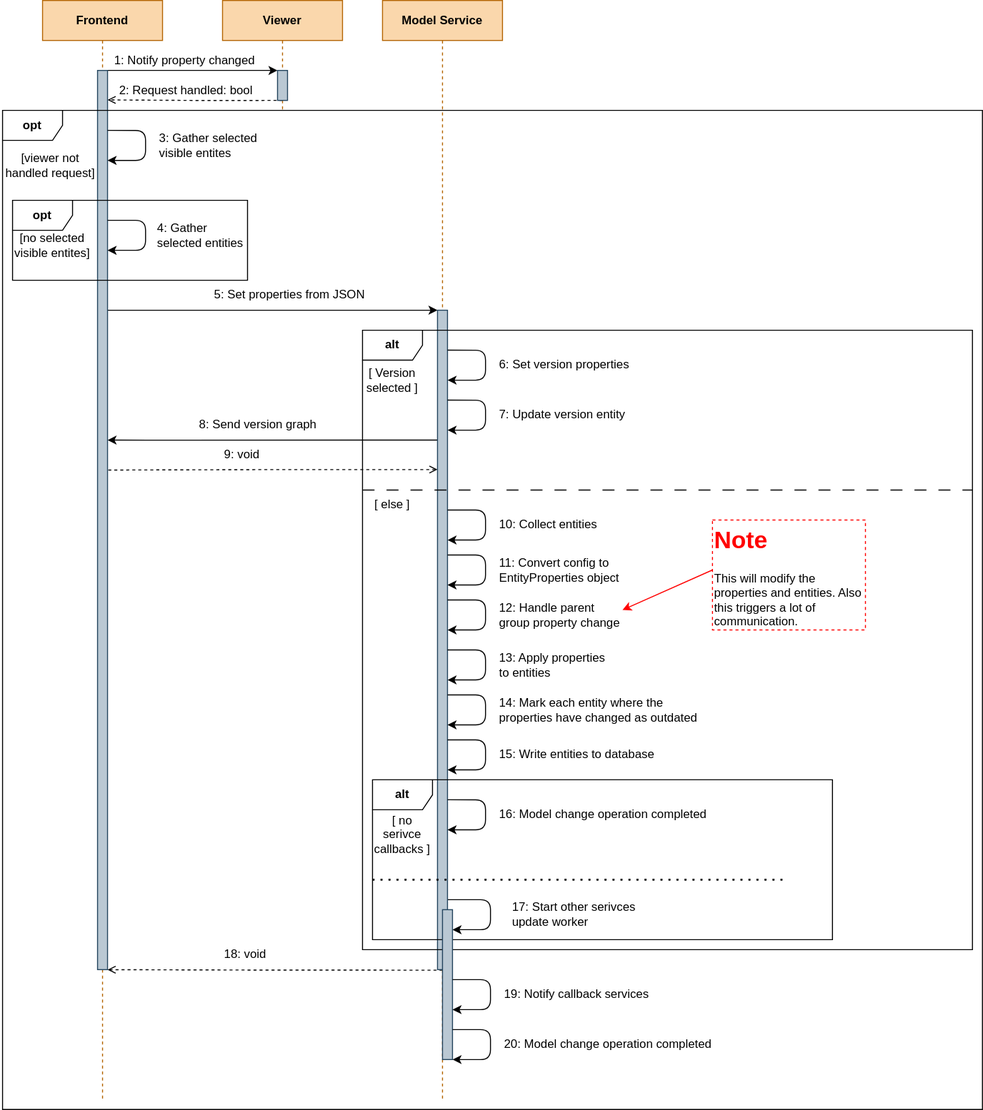
Before: Documentation/Developer/general_concepts/images/PropertyChangeHandling.drawio.svg, a diagram exported from draw.io (OT-OpenTwin/OpenTwin). Source tidied: cells renumbered, new cells last; positions are measured from the earlier drawing's top-left corner, leaving out a move shared by most shapes.
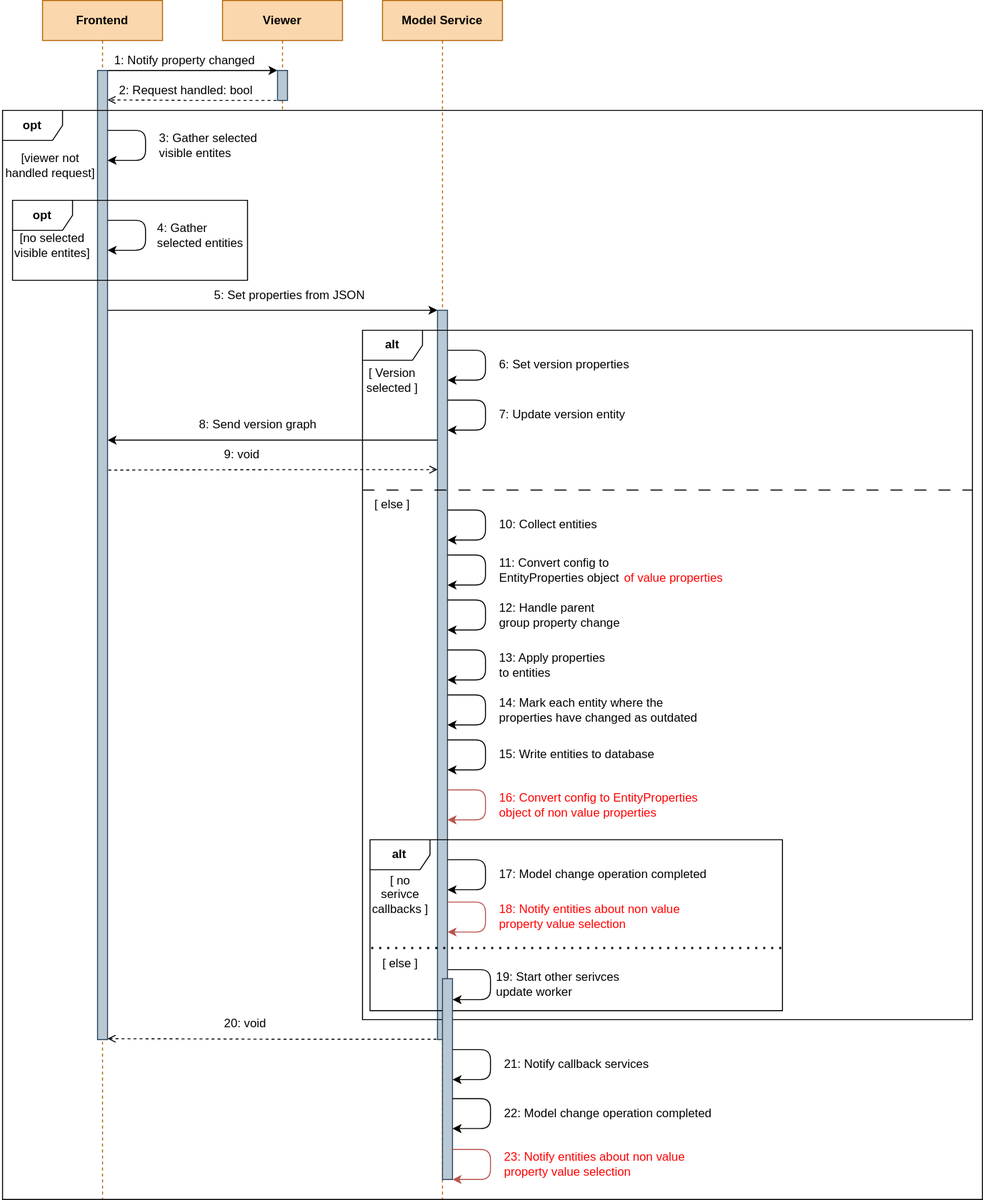
The same diagram one commit later.

Commit message:
Added sequence diagram for adjusted property change handling

Change to the diagram source:
```diff
@@ -4,18 +4,18 @@
     <mxCell id="1" parent="0" />
     <mxCell id="2" style="endArrow=open;html=1;rounded=1;dashed=1;endFill=0;strokeColor=default;strokeWidth=1;align=center;verticalAlign=middle;fontFamily=Helvetica;fontSize=12;fontColor=default;labelBackgroundColor=default;edgeStyle=orthogonalEdgeStyle;curved=0;" parent="1" edge="1">
       <mxGeometry relative="1" as="geometry">
-        <mxPoint x="442" y="970.5" as="sourcePoint" />
-        <mxPoint x="107" y="970" as="targetPoint" />
+        <mxPoint x="442" y="1039.5" as="sourcePoint" />
+        <mxPoint x="107" y="1039" as="targetPoint" />
       </mxGeometry>
     </mxCell>
     <mxCell id="3" style="edgeStyle=orthogonalEdgeStyle;rounded=1;orthogonalLoop=1;jettySize=auto;html=1;strokeColor=default;strokeWidth=1;align=center;verticalAlign=middle;fontFamily=Helvetica;fontSize=12;fontColor=default;labelBackgroundColor=default;startArrow=none;startFill=0;endArrow=classic;endFill=1;curved=0;" parent="1" edge="1">
       <mxGeometry relative="1" as="geometry">
-        <mxPoint x="442" y="900" as="sourcePoint" />
-        <mxPoint x="452" y="930" as="targetPoint" />
+        <mxPoint x="442" y="970" as="sourcePoint" />
+        <mxPoint x="452" y="1000" as="targetPoint" />
         <Array as="points">
-          <mxPoint x="490" y="900" />
-          <mxPoint x="490" y="930" />
-          <mxPoint x="452" y="930" />
+          <mxPoint x="490" y="970" />
+          <mxPoint x="490" y="1000" />
+          <mxPoint x="452" y="1000" />
         </Array>
       </mxGeometry>
     </mxCell>
@@ -54,10 +54,10 @@
       </mxGeometry>
     </mxCell>
     <mxCell id="9" value="&lt;b&gt;Frontend&lt;/b&gt;" style="shape=umlLifeline;perimeter=lifelinePerimeter;whiteSpace=wrap;html=1;fillColor=#fad7ac;strokeColor=#b46504;fontColor=#000000;rounded=0;align=center;verticalAlign=middle;fontFamily=Helvetica;fontSize=12;" parent="1" vertex="1">
-      <mxGeometry x="42" width="120" height="1100" as="geometry" />
+      <mxGeometry x="42" width="120" height="1200" as="geometry" />
     </mxCell>
     <mxCell id="10" value="&lt;b&gt;Model Service&lt;/b&gt;" style="shape=umlLifeline;perimeter=lifelinePerimeter;whiteSpace=wrap;html=1;fillColor=#fad7ac;strokeColor=#b46504;fontColor=#000000;rounded=0;align=center;verticalAlign=middle;fontFamily=Helvetica;fontSize=12;" parent="1" vertex="1">
-      <mxGeometry x="382" width="120" height="1100" as="geometry" />
+      <mxGeometry x="382" width="120" height="1200" as="geometry" />
     </mxCell>
     <mxCell id="11" value="&lt;b&gt;Viewer&lt;/b&gt;" style="shape=umlLifeline;perimeter=lifelinePerimeter;whiteSpace=wrap;html=1;fillColor=#fad7ac;strokeColor=#b46504;fontColor=#000000;rounded=0;align=center;verticalAlign=middle;fontFamily=Helvetica;fontSize=12;" parent="1" vertex="1">
       <mxGeometry x="222" width="120" height="110" as="geometry" />
@@ -66,7 +66,7 @@
       <mxGeometry x="112" y="49.6" width="160" height="20.4" as="geometry" />
     </mxCell>
     <mxCell id="13" style="html=1;perimeter=orthogonalPerimeter;fillColor=#bac8d3;strokeColor=#23445d;rounded=0;align=left;verticalAlign=top;fontFamily=Helvetica;fontSize=12;fontColor=default;" parent="1" vertex="1">
-      <mxGeometry x="97" y="70" width="10" height="900" as="geometry" />
+      <mxGeometry x="97" y="70" width="10" height="970" as="geometry" />
     </mxCell>
     <mxCell id="14" style="html=1;perimeter=orthogonalPerimeter;fillColor=#bac8d3;strokeColor=#23445d;rounded=0;align=left;verticalAlign=top;fontFamily=Helvetica;fontSize=12;fontColor=default;" parent="1" vertex="1">
       <mxGeometry x="277" y="70" width="10" height="30" as="geometry" />
@@ -75,7 +75,7 @@
       <mxGeometry x="117" y="80" width="155" height="20" as="geometry" />
     </mxCell>
     <mxCell id="16" value="opt" style="shape=umlFrame;whiteSpace=wrap;html=1;fontStyle=1;comic=0;" parent="1" vertex="1">
-      <mxGeometry x="2" y="110" width="980" height="1000" as="geometry" />
+      <mxGeometry x="2" y="110" width="980" height="1090" as="geometry" />
     </mxCell>
     <mxCell id="17" value="[viewer not handled request]" style="text;html=1;whiteSpace=wrap;strokeColor=none;fillColor=none;align=center;verticalAlign=middle;rounded=0;" parent="1" vertex="1">
       <mxGeometry y="140" width="100" height="50" as="geometry" />
@@ -118,10 +118,10 @@
       <mxGeometry x="212" y="290" width="170" height="10" as="geometry" />
     </mxCell>
     <mxCell id="25" style="html=1;perimeter=orthogonalPerimeter;fillColor=#bac8d3;strokeColor=#23445d;rounded=0;align=left;verticalAlign=top;fontFamily=Helvetica;fontSize=12;fontColor=default;" parent="1" vertex="1">
-      <mxGeometry x="437" y="310" width="10" height="660" as="geometry" />
+      <mxGeometry x="437" y="310" width="10" height="730" as="geometry" />
     </mxCell>
     <mxCell id="26" value="alt" style="shape=umlFrame;whiteSpace=wrap;html=1;fontStyle=1;comic=0;" parent="1" vertex="1">
-      <mxGeometry x="362" y="330" width="610" height="620" as="geometry" />
+      <mxGeometry x="362" y="330" width="610" height="690" as="geometry" />
     </mxCell>
     <mxCell id="27" value="[ Version selected ]" style="text;html=1;whiteSpace=wrap;strokeColor=none;fillColor=none;align=center;verticalAlign=middle;rounded=0;" parent="1" vertex="1">
       <mxGeometry x="362" y="360" width="60" height="40" as="geometry" />
@@ -197,15 +197,6 @@
     <mxCell id="39" value="12: Handle parent group property change" style="text;html=1;align=left;verticalAlign=middle;whiteSpace=wrap;rounded=0;fontFamily=Helvetica;fontSize=12;fontColor=#000000;" parent="1" vertex="1">
       <mxGeometry x="497" y="600" width="125" height="30" as="geometry" />
     </mxCell>
-    <mxCell id="40" value="&lt;h1 style=&quot;margin-top: 0px;&quot;&gt;&lt;font style=&quot;color: rgb(255, 0, 0);&quot;&gt;Note&lt;/font&gt;&lt;/h1&gt;&lt;p&gt;This will modify the properties and entities. Also this triggers a lot of communication.&lt;/p&gt;" style="text;html=1;whiteSpace=wrap;overflow=hidden;rounded=0;strokeColor=#FF0000;perimeterSpacing=0;dashed=1;" parent="1" vertex="1">
-      <mxGeometry x="712" y="520" width="153" height="110" as="geometry" />
-    </mxCell>
-    <mxCell id="41" style="endArrow=classic;html=1;rounded=0;strokeColor=#FF0000;" parent="1" edge="1">
-      <mxGeometry relative="1" as="geometry">
-        <mxPoint x="712" y="570" as="sourcePoint" />
-        <mxPoint x="622" y="610" as="targetPoint" />
-      </mxGeometry>
-    </mxCell>
     <mxCell id="42" style="edgeStyle=orthogonalEdgeStyle;rounded=1;orthogonalLoop=1;jettySize=auto;html=1;strokeColor=default;strokeWidth=1;align=center;verticalAlign=middle;fontFamily=Helvetica;fontSize=12;fontColor=default;labelBackgroundColor=default;startArrow=none;startFill=0;endArrow=classic;endFill=1;curved=0;" parent="1" edge="1">
       <mxGeometry relative="1" as="geometry">
         <mxPoint x="447" y="555" as="sourcePoint" />
@@ -264,66 +255,114 @@
     </mxCell>
     <mxCell id="50" style="edgeStyle=orthogonalEdgeStyle;rounded=1;orthogonalLoop=1;jettySize=auto;html=1;strokeColor=default;strokeWidth=1;align=center;verticalAlign=middle;fontFamily=Helvetica;fontSize=12;fontColor=default;labelBackgroundColor=default;startArrow=none;startFill=0;endArrow=classic;endFill=1;curved=0;" parent="1" edge="1">
       <mxGeometry relative="1" as="geometry">
-        <mxPoint x="447" y="800" as="sourcePoint" />
-        <mxPoint x="447" y="830" as="targetPoint" />
+        <mxPoint x="447" y="860" as="sourcePoint" />
+        <mxPoint x="447" y="890" as="targetPoint" />
         <Array as="points">
-          <mxPoint x="485" y="800" />
-          <mxPoint x="485" y="830" />
-          <mxPoint x="447" y="830" />
+          <mxPoint x="485" y="860" />
+          <mxPoint x="485" y="890" />
+          <mxPoint x="447" y="890" />
         </Array>
       </mxGeometry>
     </mxCell>
-    <mxCell id="51" value="16: Model change operation completed" style="text;html=1;align=left;verticalAlign=middle;whiteSpace=wrap;rounded=0;fontFamily=Helvetica;fontSize=12;fontColor=#000000;" parent="1" vertex="1">
-      <mxGeometry x="497" y="800" width="225" height="30" as="geometry" />
+    <mxCell id="51" value="17: Model change operation completed" style="text;html=1;align=left;verticalAlign=middle;whiteSpace=wrap;rounded=0;fontFamily=Helvetica;fontSize=12;fontColor=#000000;" parent="1" vertex="1">
+      <mxGeometry x="497" y="860" width="225" height="30" as="geometry" />
     </mxCell>
     <mxCell id="52" value="alt" style="shape=umlFrame;whiteSpace=wrap;html=1;fontStyle=1;comic=0;" parent="1" vertex="1">
-      <mxGeometry x="372" y="780" width="460" height="160" as="geometry" />
+      <mxGeometry x="369.5" y="840" width="412.5" height="171" as="geometry" />
     </mxCell>
     <mxCell id="53" value="[ no serivce callbacks ]" style="text;html=1;whiteSpace=wrap;strokeColor=none;fillColor=none;align=center;verticalAlign=middle;rounded=0;" parent="1" vertex="1">
-      <mxGeometry x="372" y="810" width="60" height="50" as="geometry" />
+      <mxGeometry x="369.5" y="870" width="60" height="50" as="geometry" />
     </mxCell>
     <mxCell id="54" style="endArrow=none;dashed=1;html=1;dashPattern=1 3;strokeWidth=2;rounded=0;" parent="1" edge="1">
       <mxGeometry relative="1" as="geometry">
-        <mxPoint x="372" y="880" as="sourcePoint" />
-        <mxPoint x="782" y="880" as="targetPoint" />
+        <mxPoint x="370.8" y="948.3" as="sourcePoint" />
+        <mxPoint x="780.8" y="948.3" as="targetPoint" />
       </mxGeometry>
     </mxCell>
-    <mxCell id="55" value="17: Start other serivces update worker" style="text;html=1;align=left;verticalAlign=middle;whiteSpace=wrap;rounded=0;fontFamily=Helvetica;fontSize=12;fontColor=#000000;" parent="1" vertex="1">
-      <mxGeometry x="509.5" y="900" width="162.5" height="30" as="geometry" />
+    <mxCell id="55" value="19: Start other serivces update worker" style="text;html=1;align=left;verticalAlign=middle;whiteSpace=wrap;rounded=0;fontFamily=Helvetica;fontSize=12;fontColor=#000000;" parent="1" vertex="1">
+      <mxGeometry x="494.5" y="970" width="162.5" height="30" as="geometry" />
     </mxCell>
     <mxCell id="56" style="html=1;perimeter=orthogonalPerimeter;fillColor=#bac8d3;strokeColor=#23445d;rounded=0;align=left;verticalAlign=top;fontFamily=Helvetica;fontSize=12;fontColor=default;" parent="1" vertex="1">
-      <mxGeometry x="442" y="910" width="10" height="150" as="geometry" />
+      <mxGeometry x="442" y="979" width="10" height="201" as="geometry" />
     </mxCell>
-    <mxCell id="57" value="18: void" style="text;html=1;align=left;verticalAlign=middle;whiteSpace=wrap;rounded=0;fontFamily=Helvetica;fontSize=12;fontColor=#000000;" parent="1" vertex="1">
-      <mxGeometry x="222" y="950" width="80" height="10" as="geometry" />
+    <mxCell id="57" value="20: void" style="text;html=1;align=left;verticalAlign=middle;whiteSpace=wrap;rounded=0;fontFamily=Helvetica;fontSize=12;fontColor=#000000;" parent="1" vertex="1">
+      <mxGeometry x="222" y="1019" width="80" height="10" as="geometry" />
     </mxCell>
     <mxCell id="58" style="edgeStyle=orthogonalEdgeStyle;rounded=1;orthogonalLoop=1;jettySize=auto;html=1;strokeColor=default;strokeWidth=1;align=center;verticalAlign=middle;fontFamily=Helvetica;fontSize=12;fontColor=default;labelBackgroundColor=default;startArrow=none;startFill=0;endArrow=classic;endFill=1;curved=0;" parent="1" edge="1">
       <mxGeometry relative="1" as="geometry">
-        <mxPoint x="452" y="980" as="sourcePoint" />
-        <mxPoint x="452" y="1010" as="targetPoint" />
+        <mxPoint x="452" y="1050" as="sourcePoint" />
+        <mxPoint x="452" y="1080" as="targetPoint" />
         <Array as="points">
-          <mxPoint x="490" y="980" />
-          <mxPoint x="490" y="1010" />
-          <mxPoint x="452" y="1010" />
+          <mxPoint x="490" y="1050" />
+          <mxPoint x="490" y="1080" />
+          <mxPoint x="452" y="1080" />
         </Array>
       </mxGeometry>
     </mxCell>
-    <mxCell id="59" value="19: Notify callback services" style="text;html=1;align=left;verticalAlign=middle;whiteSpace=wrap;rounded=0;fontFamily=Helvetica;fontSize=12;fontColor=#000000;" parent="1" vertex="1">
-      <mxGeometry x="502" y="980" width="160" height="30" as="geometry" />
+    <mxCell id="59" value="21: Notify callback services" style="text;html=1;align=left;verticalAlign=middle;whiteSpace=wrap;rounded=0;fontFamily=Helvetica;fontSize=12;fontColor=#000000;" parent="1" vertex="1">
+      <mxGeometry x="502" y="1050" width="160" height="30" as="geometry" />
     </mxCell>
     <mxCell id="60" style="edgeStyle=orthogonalEdgeStyle;rounded=1;orthogonalLoop=1;jettySize=auto;html=1;strokeColor=default;strokeWidth=1;align=center;verticalAlign=middle;fontFamily=Helvetica;fontSize=12;fontColor=default;labelBackgroundColor=default;startArrow=none;startFill=0;endArrow=classic;endFill=1;curved=0;" parent="1" edge="1">
       <mxGeometry relative="1" as="geometry">
-        <mxPoint x="452" y="1030" as="sourcePoint" />
-        <mxPoint x="452" y="1060" as="targetPoint" />
+        <mxPoint x="452" y="1099" as="sourcePoint" />
+        <mxPoint x="452" y="1129" as="targetPoint" />
         <Array as="points">
-          <mxPoint x="490" y="1030" />
-          <mxPoint x="490" y="1060" />
-          <mxPoint x="452" y="1060" />
+          <mxPoint x="490" y="1099" />
+          <mxPoint x="490" y="1129" />
+          <mxPoint x="452" y="1129" />
         </Array>
       </mxGeometry>
     </mxCell>
-    <mxCell id="61" value="20: Model change operation completed" style="text;html=1;align=left;verticalAlign=middle;whiteSpace=wrap;rounded=0;fontFamily=Helvetica;fontSize=12;fontColor=#000000;" parent="1" vertex="1">
-      <mxGeometry x="502" y="1030" width="210" height="30" as="geometry" />
+    <mxCell id="61" value="22: Model change operation completed" style="text;html=1;align=left;verticalAlign=middle;whiteSpace=wrap;rounded=0;fontFamily=Helvetica;fontSize=12;fontColor=#000000;" parent="1" vertex="1">
+      <mxGeometry x="502" y="1099" width="210" height="30" as="geometry" />
     </mxCell>
+    <mxCell id="62" value="&lt;br&gt;of value properties" style="text;html=1;align=left;verticalAlign=middle;whiteSpace=wrap;rounded=0;fontFamily=Helvetica;fontSize=12;fontColor=#FF0000;" parent="1" vertex="1">
+      <mxGeometry x="622" y="555" width="125" height="30" as="geometry" />
+    </mxCell>
+    <mxCell id="63" style="edgeStyle=orthogonalEdgeStyle;rounded=1;orthogonalLoop=1;jettySize=auto;html=1;strokeColor=#b85450;strokeWidth=1;align=center;verticalAlign=middle;fontFamily=Helvetica;fontSize=12;fontColor=default;labelBackgroundColor=default;startArrow=none;startFill=0;endArrow=classic;endFill=1;curved=0;fillColor=#f8cecc;" parent="1" edge="1">
+      <mxGeometry relative="1" as="geometry">
+        <mxPoint x="447" y="790" as="sourcePoint" />
+        <mxPoint x="447" y="820" as="targetPoint" />
+        <Array as="points">
+          <mxPoint x="485" y="790" />
+          <mxPoint x="485" y="820" />
+          <mxPoint x="447" y="820" />
+        </Array>
+      </mxGeometry>
+    </mxCell>
+    <mxCell id="64" value="16: Convert config to EntityProperties object of non value properties" style="text;html=1;align=left;verticalAlign=middle;whiteSpace=wrap;rounded=0;fontFamily=Helvetica;fontSize=12;fontColor=#FF0000;" parent="1" vertex="1">
+      <mxGeometry x="497" y="790" width="205" height="30" as="geometry" />
+    </mxCell>
+    <mxCell id="65" style="edgeStyle=orthogonalEdgeStyle;rounded=1;orthogonalLoop=1;jettySize=auto;html=1;strokeColor=#b85450;strokeWidth=1;align=center;verticalAlign=middle;fontFamily=Helvetica;fontSize=12;fontColor=default;labelBackgroundColor=default;startArrow=none;startFill=0;endArrow=classic;endFill=1;curved=0;fillColor=#f8cecc;" parent="1" edge="1">
+      <mxGeometry relative="1" as="geometry">
+        <mxPoint x="447" y="902.3" as="sourcePoint" />
+        <mxPoint x="447" y="932.3" as="targetPoint" />
+        <Array as="points">
+          <mxPoint x="485" y="902.3" />
+          <mxPoint x="485" y="932.3" />
+          <mxPoint x="447" y="932.3" />
+        </Array>
+      </mxGeometry>
+    </mxCell>
+    <mxCell id="66" value="18: Notify entities about non value property value selection" style="text;html=1;align=left;verticalAlign=middle;whiteSpace=wrap;rounded=0;fontFamily=Helvetica;fontSize=12;fontColor=#FF0000;" parent="1" vertex="1">
+      <mxGeometry x="497" y="902.3" width="205" height="30" as="geometry" />
+    </mxCell>
+    <mxCell id="67" style="edgeStyle=orthogonalEdgeStyle;rounded=1;orthogonalLoop=1;jettySize=auto;html=1;strokeColor=#b85450;strokeWidth=1;align=center;verticalAlign=middle;fontFamily=Helvetica;fontSize=12;fontColor=default;labelBackgroundColor=default;startArrow=none;startFill=0;endArrow=classic;endFill=1;curved=0;fillColor=#f8cecc;" parent="1" edge="1">
+      <mxGeometry relative="1" as="geometry">
+        <mxPoint x="452" y="1150" as="sourcePoint" />
+        <mxPoint x="452" y="1180" as="targetPoint" />
+        <Array as="points">
+          <mxPoint x="490" y="1150" />
+          <mxPoint x="490" y="1180" />
+          <mxPoint x="452" y="1180" />
+        </Array>
+      </mxGeometry>
+    </mxCell>
+    <mxCell id="68" value="23: Notify entities about non value property value selection" style="text;html=1;align=left;verticalAlign=middle;whiteSpace=wrap;rounded=0;fontFamily=Helvetica;fontSize=12;fontColor=#FF0000;" parent="1" vertex="1">
+      <mxGeometry x="502" y="1150" width="205" height="30" as="geometry" />
+    </mxCell>
+    <mxCell id="69" value="[ else ]" style="text;html=1;whiteSpace=wrap;strokeColor=none;fillColor=none;align=center;verticalAlign=middle;rounded=0;" parent="1" vertex="1">
+      <mxGeometry x="369.5" y="949" width="60" height="30" as="geometry" />
+    </mxCell>
   </root>
 </mxGraphModel>
```
